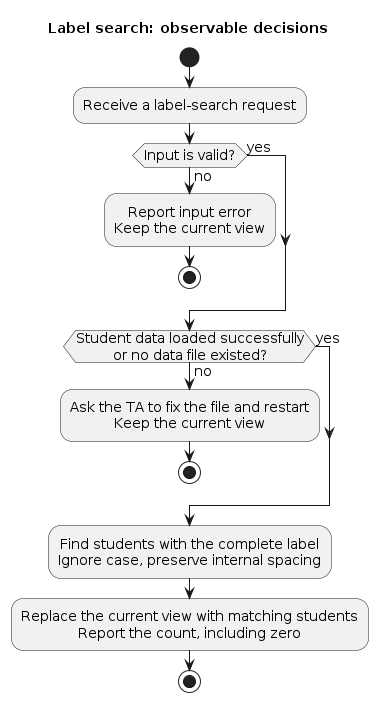
AY2627S1-CS2103T-F12-1/tp keeps this PlantUML diagram as diagrams/LabelFindActivityDiagram.png. Above is the earlier version. Its source is kept beside it as diagrams/LabelFindActivityDiagram.puml.
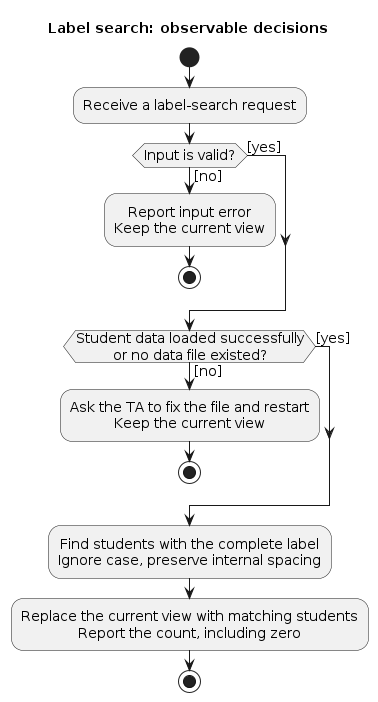
Above is the later version.

Change to the diagram source:
```diff
@@ -5,13 +5,13 @@
 title Label search: observable decisions
 start
 :Receive a label-search request;
-if (Input is valid?) then (yes)
-else (no)
+if (Input is valid?) then ([yes])
+else ([no])
     :Report input error\nKeep the current view;
     stop
 endif
-if (Student data loaded successfully\nor no data file existed?) then (yes)
-else (no)
+if (Student data loaded successfully\nor no data file existed?) then ([yes])
+else ([no])
     :Ask the TA to fix the file and restart\nKeep the current view;
     stop
 endif
```
